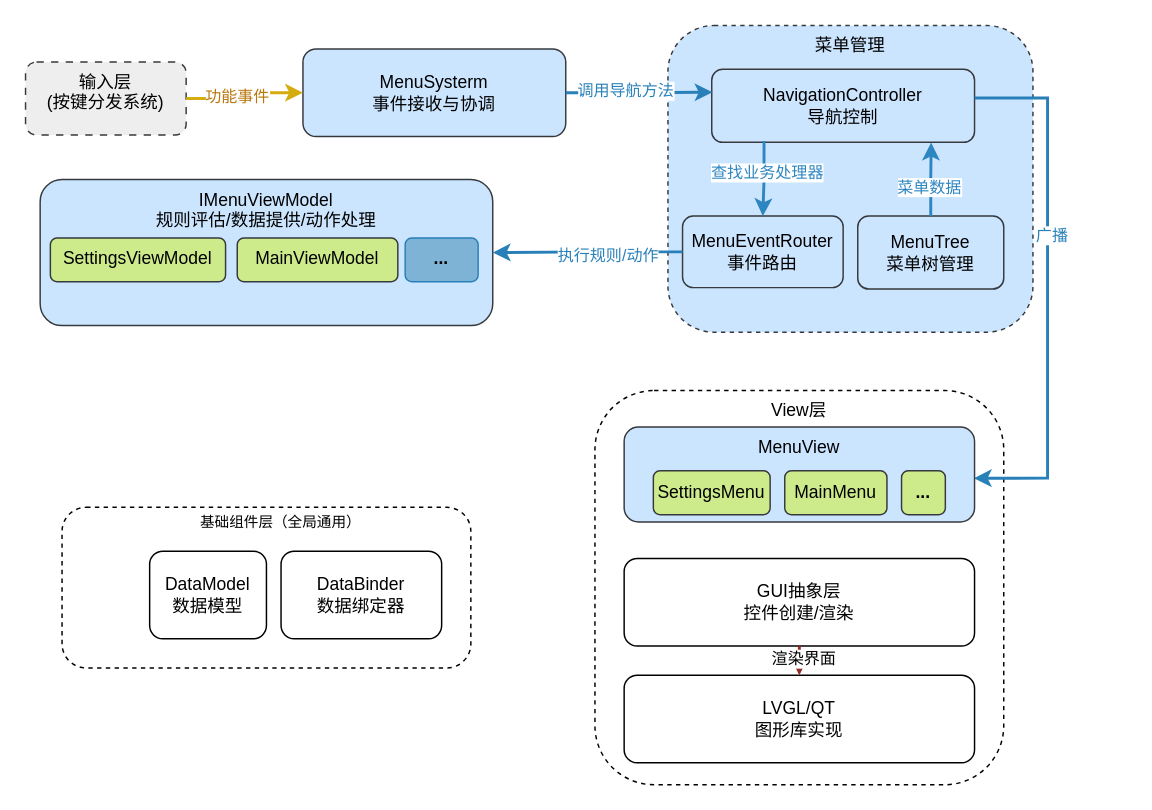
This is page "菜单分层图" (13 of 14) of PDR.drawio from liyunhao2/technology, a draw.io file, before an edit. Source tidied: cells renumbered, new cells numbered last; positions are measured from the earlier drawing's top-left corner, leaving out a move shared by most shapes. Both pictures are drawn from the tidied source at 146%, with x=0, y=0 at pixel (25, 25).
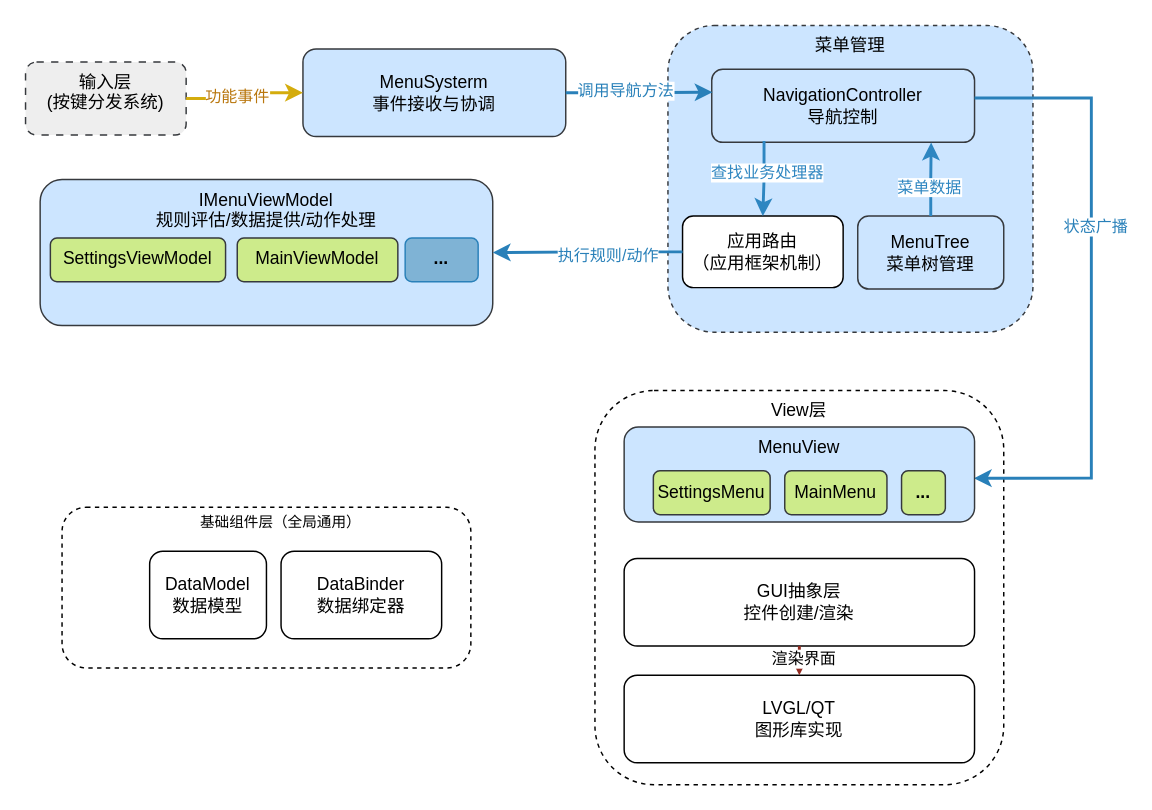
Above is the later version.

Unchanged cells that the change refers to:
```xml
<mxCell id="10" value="NavigationController&lt;br&gt;导航控制" style="rounded=1;whiteSpace=wrap;html=1;fillColor=#cce5ff;strokeColor=#36393d;fontSize=12;" parent="1" vertex="1">
  <mxGeometry x="470" y="30" width="180" height="50" as="geometry" />
</mxCell>
<mxCell id="28" value="MenuView" style="rounded=1;whiteSpace=wrap;html=1;fillColor=#cce5ff;strokeColor=#36393d;fontSize=12;fontStyle=0;verticalAlign=top;" parent="1" vertex="1">
  <mxGeometry x="410" y="275" width="240" height="65" as="geometry" />
</mxCell>
```

Diff of the diagram source:
```diff
@@
-    <mxCell id="11" value="MenuEventRouter&lt;br&gt;事件路由" style="rounded=1;whiteSpace=wrap;html=1;fillColor=#cce5ff;strokeColor=#36393d;fontSize=12;" parent="1" vertex="1">
+    <mxCell id="11" value="应用路由&lt;div&gt;（应用框架机制）&lt;/div&gt;" style="rounded=1;whiteSpace=wrap;html=1;fontSize=12;" parent="1" vertex="1">
       <mxGeometry x="450" y="130.5" width="110" height="49" as="geometry" />
     </mxCell>
@@
     <mxCell id="23" style="edgeStyle=orthogonalEdgeStyle;rounded=0;html=1;exitX=1;exitY=0.392;endArrow=classic;strokeColor=#2980B9;strokeWidth=2;exitDx=0;exitDy=0;fontColor=#2980B9;exitPerimeter=0;entryX=0.998;entryY=0.539;entryDx=0;entryDy=0;entryPerimeter=0;" parent="1" edge="1" source="10" target="28">
       <mxGeometry relative="1" as="geometry">
         <Array as="points">
-          <mxPoint x="700" y="50" />
-          <mxPoint x="700" y="310" />
+          <mxPoint x="730" y="50" />
+          <mxPoint x="730" y="310" />
         </Array>
       </mxGeometry>
     </mxCell>
-    <mxCell id="24" value="广播" style="edgeLabel;html=1;align=center;verticalAlign=middle;fontSize=11;fontColor=#2980B9;" parent="23" vertex="1">
+    <mxCell id="24" value="状态广播" style="edgeLabel;html=1;align=center;verticalAlign=middle;fontSize=11;fontColor=#2980B9;" parent="23" vertex="1">
       <mxGeometry x="-0.2" y="2" relative="1" as="geometry" />
     </mxCell>
```
